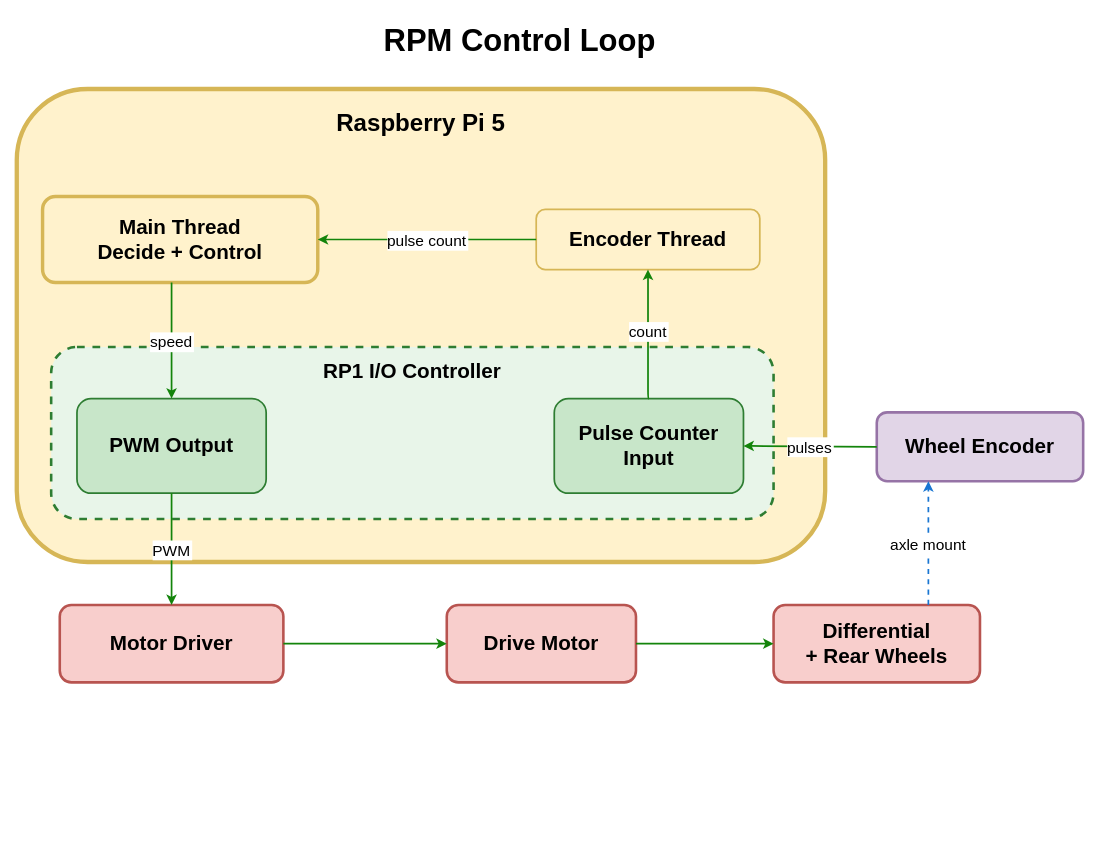
Above: docs/diagrams/software/rpm_control_loop_v2.drawio in Devansh-awat/greenbotics-2026 (draw.io), before the change. Source tidied: cells renumbered, new cells numbered last; positions are measured from the earlier drawing's top-left corner, leaving out a move shared by most shapes. Both pictures are drawn from the tidied source at 86%, with x=0, y=0 at pixel (16, 15).
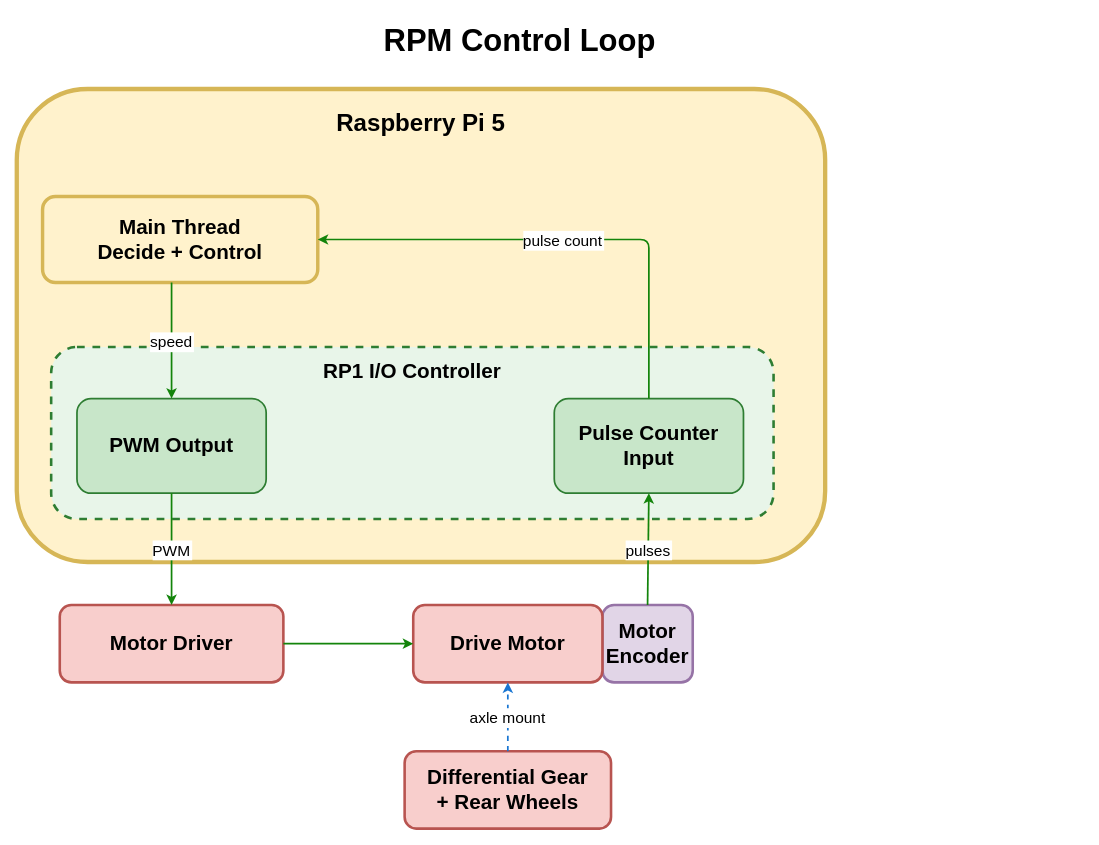
After the change.

Unchanged cells that the change refers to:
```xml
<mxCell id="4" value="Main Thread&#10;Decide + Control" style="rounded=1;whiteSpace=wrap;fillColor=#fff2cc;strokeColor=#d6b656;strokeWidth=4;fontSize=24;fontStyle=1;align=center;verticalAlign=middle;" parent="1" vertex="1">
  <mxGeometry x="30" y="211" width="320" height="100" as="geometry" />
</mxCell>
<mxCell id="8" value="Pulse Counter Input" style="rounded=1;whiteSpace=wrap;fillColor=#c8e6c9;strokeColor=#2e7d32;strokeWidth=2;fontSize=24;fontStyle=1;align=center;verticalAlign=middle;" parent="1" vertex="1">
  <mxGeometry x="625" y="446" width="220" height="110" as="geometry" />
</mxCell>
```

Diff of the diagram source:
```diff
@@
-    <mxCell id="5" value="Encoder Thread" style="rounded=1;whiteSpace=wrap;fillColor=#fff2cc;strokeColor=#d6b656;strokeWidth=2;fontSize=24;fontStyle=1;align=center;verticalAlign=middle;" parent="1" vertex="1">
-      <mxGeometry x="604" y="226" width="260" height="70" as="geometry" />
-    </mxCell>
@@
-    <mxCell id="9" value="Wheel Encoder" style="rounded=1;whiteSpace=wrap;fillColor=#e1d5e7;strokeColor=#9673a6;strokeWidth=3;fontSize=24;fontStyle=1;align=center;verticalAlign=middle;" parent="1" vertex="1">
-      <mxGeometry x="1000" y="462" width="240" height="80" as="geometry" />
+    <mxCell id="9" value="Motor Encoder" style="rounded=1;whiteSpace=wrap;fillColor=#e1d5e7;strokeColor=#9673a6;strokeWidth=3;fontSize=24;fontStyle=1;align=center;verticalAlign=middle;" parent="1" vertex="1">
+      <mxGeometry x="681" y="686" width="105" height="90" as="geometry" />
     </mxCell>
@@
     <mxCell id="11" value="Drive Motor" style="rounded=1;whiteSpace=wrap;fillColor=#f8cecc;strokeColor=#b85450;strokeWidth=3;fontSize=24;fontStyle=1;align=center;verticalAlign=middle;" parent="1" vertex="1">
-      <mxGeometry x="500" y="686" width="220" height="90" as="geometry" />
+      <mxGeometry x="461" y="686" width="220" height="90" as="geometry" />
     </mxCell>
-    <mxCell id="12" value="Differential&#10;+ Rear Wheels" style="rounded=1;whiteSpace=wrap;fillColor=#f8cecc;strokeColor=#b85450;strokeWidth=3;fontSize=24;fontStyle=1;align=center;verticalAlign=middle;" parent="1" vertex="1">
-      <mxGeometry x="880" y="686" width="240" height="90" as="geometry" />
+    <mxCell id="12" value="Differential Gear&#10;+ Rear Wheels" style="rounded=1;whiteSpace=wrap;fillColor=#f8cecc;strokeColor=#b85450;strokeWidth=3;fontSize=24;fontStyle=1;align=center;verticalAlign=middle;" parent="1" vertex="1">
+      <mxGeometry x="451" y="856" width="240" height="90" as="geometry" />
     </mxCell>
-    <mxCell id="13" value="pulse count" style="strokeWidth=2;strokeColor=#13840b;fontSize=18;labelBackgroundColor=#FFFFFF;exitX=0;exitY=0.5;exitDx=0;exitDy=0;entryX=1;entryY=0.5;entryDx=0;entryDy=0;" parent="1" edge="1" source="5" target="4">
+    <mxCell id="13" value="pulse count" style="strokeWidth=2;strokeColor=#13840b;fontSize=18;labelBackgroundColor=#FFFFFF;exitX=0.5;exitY=0;exitDx=0;exitDy=0;entryX=1;entryY=0.5;entryDx=0;entryDy=0;edgeStyle=orthogonalEdgeStyle;" parent="1" edge="1" source="8" target="4">
       <mxGeometry relative="1" as="geometry" />
     </mxCell>
@@
-    <mxCell id="15" value="count" style="strokeWidth=2;strokeColor=#13840b;fontSize=18;labelBackgroundColor=#FFFFFF;exitX=0.5;exitY=0;exitDx=0;exitDy=0;entryX=0.5;entryY=1;entryDx=0;entryDy=0;edgeStyle=orthogonalEdgeStyle;" parent="1" edge="1" source="8" target="5">
-      <mxGeometry x="0.06" relative="1" as="geometry">
-        <Array as="points">
-          <mxPoint x="734" y="446" />
-        </Array>
-      </mxGeometry>
-    </mxCell>
-    <mxCell id="16" value="pulses" style="strokeWidth=2;strokeColor=#13840b;fontSize=18;labelBackgroundColor=#FFFFFF;exitX=0;exitY=0.5;exitDx=0;exitDy=0;entryX=1;entryY=0.5;entryDx=0;entryDy=0;" parent="1" edge="1" source="9" target="8">
+    <mxCell id="16" value="pulses" style="strokeWidth=2;strokeColor=#13840b;fontSize=18;labelBackgroundColor=#FFFFFF;entryX=0.5;entryY=1;entryDx=0;entryDy=0;exitX=0.5;exitY=0;exitDx=0;exitDy=0;" parent="1" edge="1" source="9" target="8">
       <mxGeometry relative="1" as="geometry" />
     </mxCell>
@@
-    <mxCell id="19" style="strokeWidth=2;strokeColor=#13840b;exitX=1;exitY=0.5;exitDx=0;exitDy=0;entryX=0;entryY=0.5;entryDx=0;entryDy=0;" parent="1" edge="1" source="11" target="12">
-      <mxGeometry relative="1" as="geometry" />
-    </mxCell>
-    <mxCell id="20" value="axle mount" style="strokeWidth=2;strokeColor=#1976d2;dashed=1;fontSize=18;labelBackgroundColor=#FFFFFF;exitX=0.75;exitY=0;exitDx=0;exitDy=0;entryX=0.25;entryY=1;entryDx=0;entryDy=0;" parent="1" edge="1" source="12" target="9">
+    <mxCell id="20" value="axle mount" style="strokeWidth=2;strokeColor=#1976d2;dashed=1;fontSize=18;labelBackgroundColor=#FFFFFF;entryX=0.5;entryY=1;entryDx=0;entryDy=0;" parent="1" edge="1" source="12" target="11">
       <mxGeometry relative="1" as="geometry" />
     </mxCell>
```
